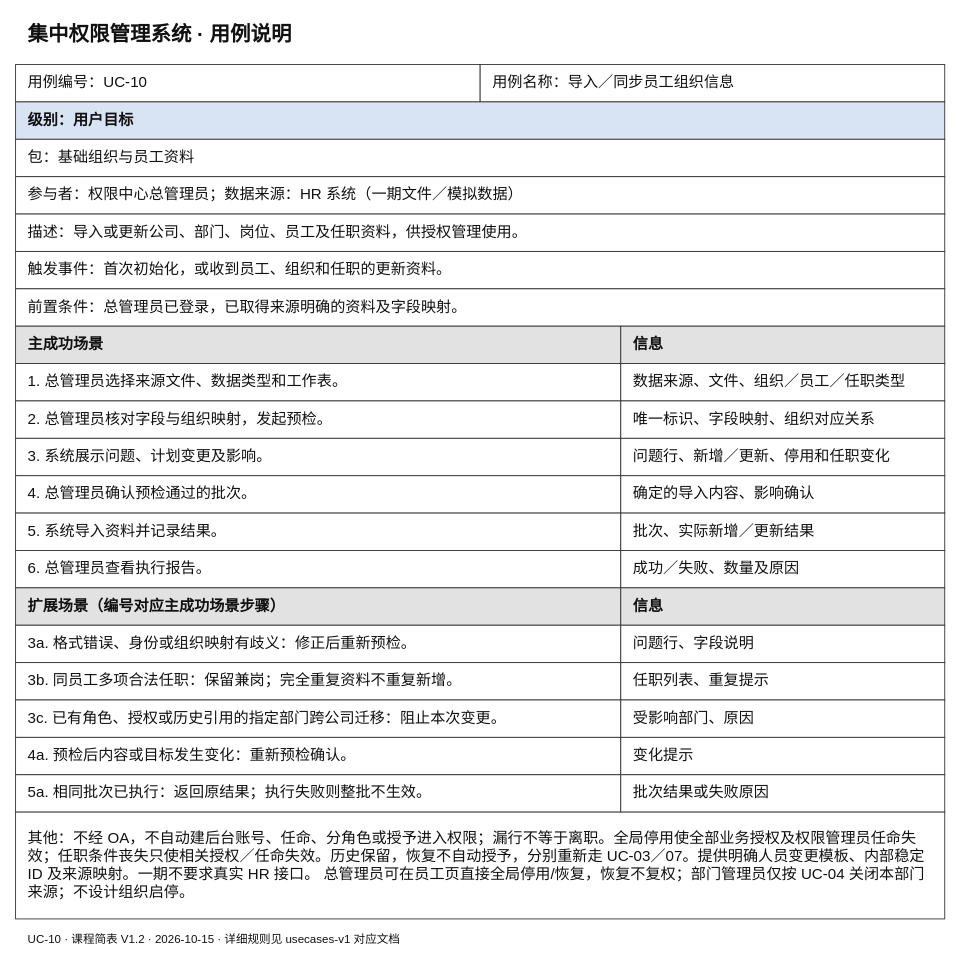
Above: docs/01-requirements/按用例分类/UC-10_导入／同步员工组织信息/课程简表.drawio in Noah-hope/RBAC-admin (draw.io), before the change. Source tidied: cells renumbered, new cells numbered last; positions are measured from the earlier drawing's top-left corner, leaving out a move shared by most shapes. Both pictures are drawn from the tidied source at 89%, with x=0, y=0 at pixel (15, 15).
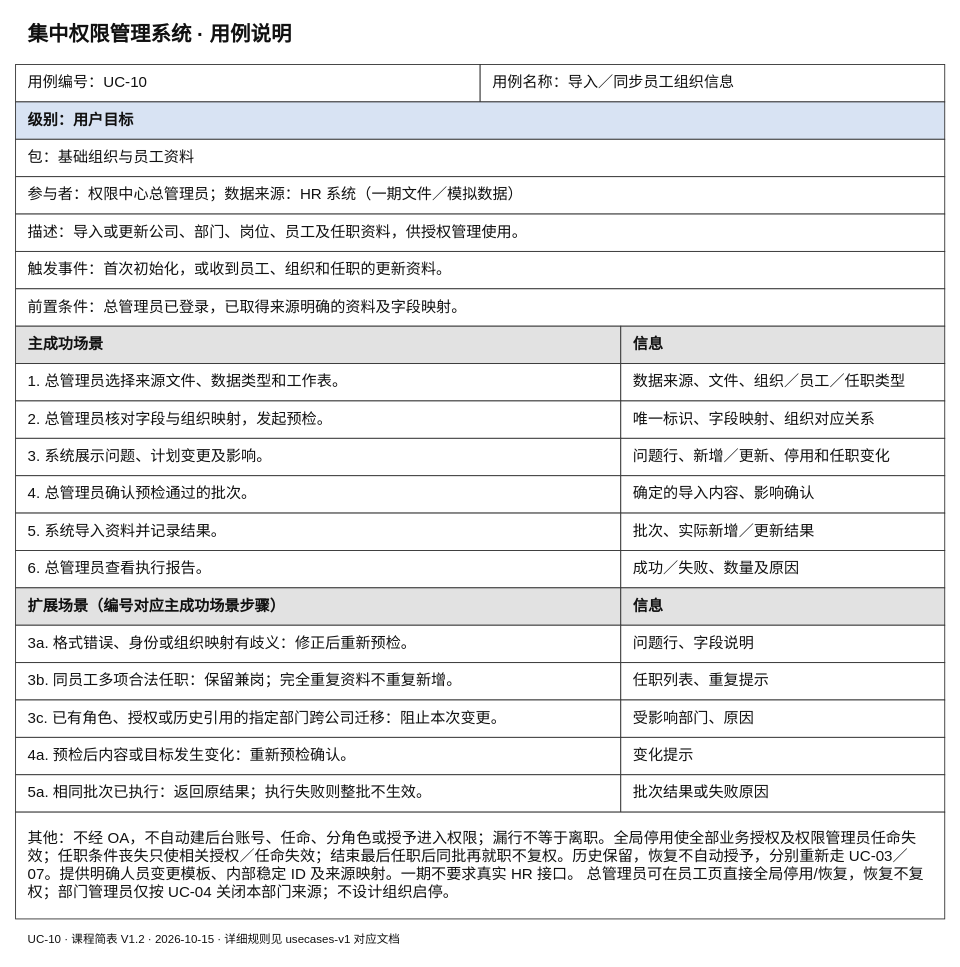
The same diagram, later.

The edit, as a diff of the source:
```diff
@@
-    <mxCell id="37" value="其他：不经 OA，不自动建后台账号、任命、分角色或授予进入权限；漏行不等于离职。全局停用使全部业务授权及权限管理员任命失效；任职条件丧失只使相关授权／任命失效。历史保留，恢复不自动授予，分别重新走 UC-03／07。提供明确人员变更模板、内部稳定 ID 及来源映射。一期不要求真实 HR 接口。 总管理员可在员工页直接全局停用/恢复，恢复不复权；部门管理员仅按 UC-04 关闭本部门来源；不设计组织启停。" style="rounded=0;whiteSpace=wrap;html=0;fontFamily=Microsoft YaHei;fontSize=17;fontColor=#111111;align=left;verticalAlign=middle;spacingLeft=12;spacingRight=12;spacingTop=8;spacingBottom=8;fillColor=#ffffff;strokeColor=#333333;fontStyle=0;" parent="1" vertex="1">
+    <mxCell id="37" value="其他：不经 OA，不自动建后台账号、任命、分角色或授予进入权限；漏行不等于离职。全局停用使全部业务授权及权限管理员任命失效；任职条件丧失只使相关授权／任命失效；结束最后任职后同批再就职不复权。历史保留，恢复不自动授予，分别重新走 UC-03／07。提供明确人员变更模板、内部稳定 ID 及来源映射。一期不要求真实 HR 接口。 总管理员可在员工页直接全局停用/恢复，恢复不复权；部门管理员仅按 UC-04 关闭本部门来源；不设计组织启停。" style="rounded=0;whiteSpace=wrap;html=0;fontFamily=Microsoft YaHei;fontSize=17;fontColor=#111111;align=left;verticalAlign=middle;spacingLeft=12;spacingRight=12;spacingTop=8;spacingBottom=8;fillColor=#ffffff;strokeColor=#333333;fontStyle=0;" parent="1" vertex="1">
       <mxGeometry y="895" width="1044" height="120" as="geometry" />
     </mxCell>
```
